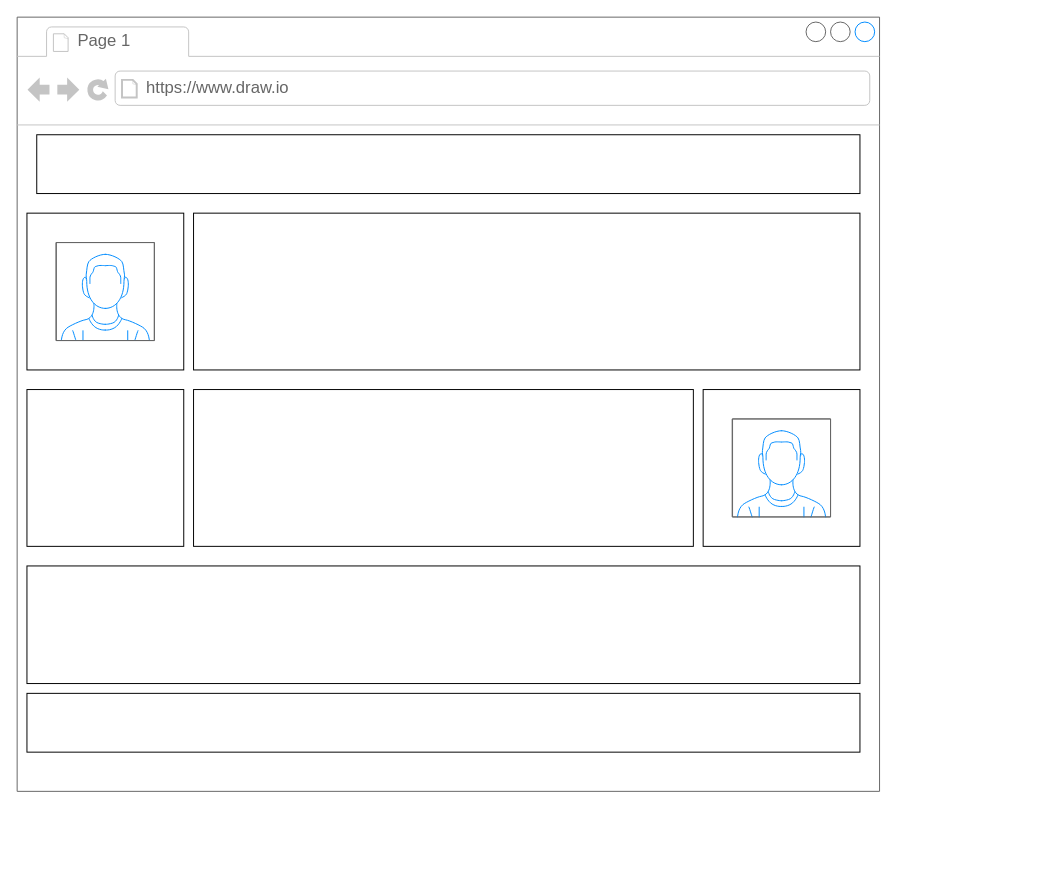
Before: wirefram.drawio in ASDAH-Digtal/18734-676-luu, a draw.io diagram. Source tidied: cells renumbered, new cells numbered last; positions are measured from the earlier drawing's top-left corner, leaving out a move shared by most shapes. Both pictures are drawn from the tidied source at 98%, with x=0, y=0 at pixel (17, 17).
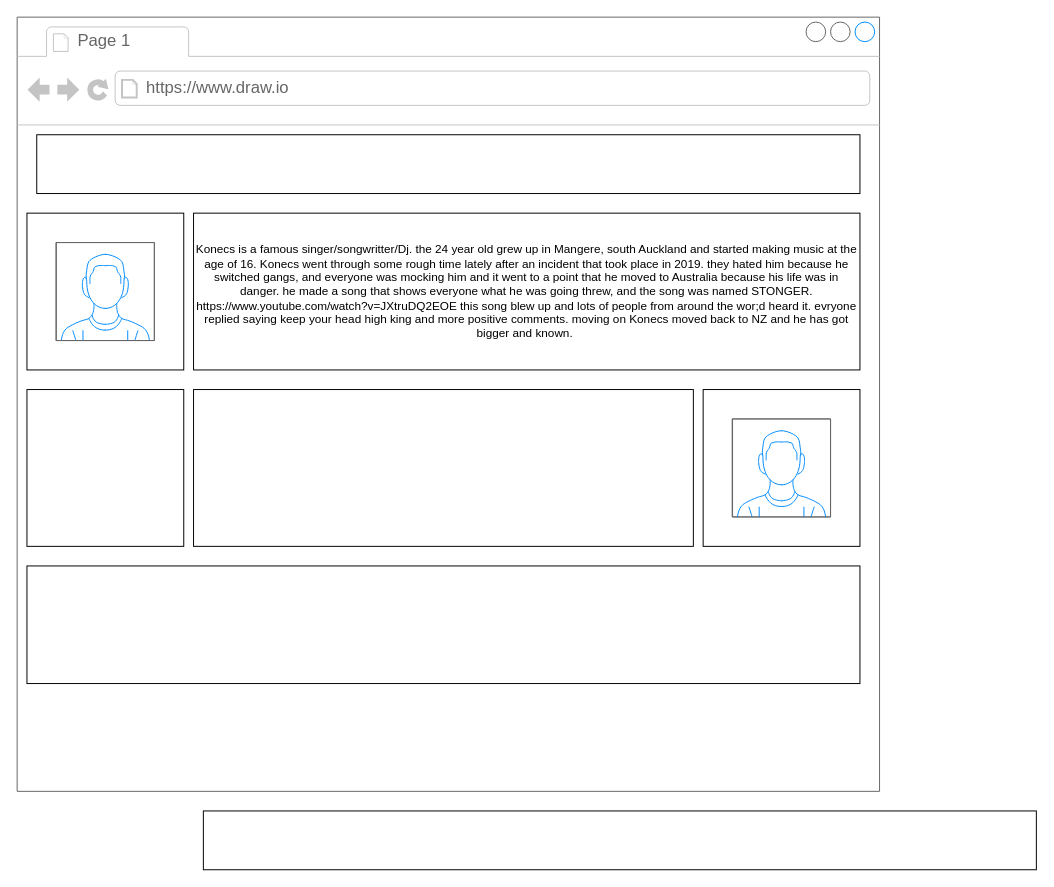
The same page after the edit.

Commit message:
Update wirefram.drawio yes sir

Change to the diagram source:
```diff
@@
 <mxGraphModel>
   <root>
     <mxCell id="0" />
     <mxCell id="1" parent="0" />
     <mxCell id="2" style="strokeWidth=1;shadow=0;dashed=0;align=center;html=1;shape=mxgraph.mockup.containers.browserWindow;rSize=0;strokeColor=#666666;strokeColor2=#008cff;strokeColor3=#c4c4c4;mainText=,;" parent="1" vertex="1">
       <mxGeometry width="880" height="790" as="geometry" />
     </mxCell>
     <mxCell id="3" value="Page 1" style="strokeWidth=1;shadow=0;dashed=0;align=center;html=1;shape=mxgraph.mockup.containers.anchor;fontSize=17;fontColor=#666666;align=left;" parent="2" vertex="1">
       <mxGeometry x="60" y="12" width="110" height="26" as="geometry" />
     </mxCell>
     <mxCell id="4" value="https://www.draw.io" style="strokeWidth=1;shadow=0;dashed=0;align=center;html=1;shape=mxgraph.mockup.containers.anchor;rSize=0;fontSize=17;fontColor=#666666;align=left;" parent="2" vertex="1">
       <mxGeometry x="130" y="60" width="250" height="26" as="geometry" />
     </mxCell>
     <mxCell id="5" style="rounded=0;whiteSpace=wrap;html=1;" parent="2" vertex="1">
       <mxGeometry x="20" y="120" width="840" height="60" as="geometry" />
     </mxCell>
     <mxCell id="6" style="whiteSpace=wrap;html=1;" parent="2" vertex="1">
       <mxGeometry x="10" y="200" width="160" height="160" as="geometry" />
     </mxCell>
     <mxCell id="7" style="verticalLabelPosition=bottom;shadow=0;dashed=0;align=center;html=1;verticalAlign=top;strokeWidth=1;shape=mxgraph.mockup.containers.userMale;strokeColor=#666666;strokeColor2=#008cff;" parent="2" vertex="1">
       <mxGeometry x="40" y="230" width="100" height="100" as="geometry" />
     </mxCell>
-    <mxCell id="8" style="rounded=0;whiteSpace=wrap;html=1;" parent="2" vertex="1">
+    <mxCell id="8" value="Konecs is a famous singer/songwritter/Dj. the 24 year old grew up in Mangere, south Auckland and started making music at the age of 16. Konecs went through some rough time lately after an incident that took place in 2019. they hated him because he switched gangs, and everyone was mocking him and it went to a point that he moved to Australia because his life was in danger. he made a song that shows everyone what he was going threw, and the song was named STONGER. https://www.youtube.com/watch?v=JXtruDQ2EOE this song blew up and lots of people from around the wor;d heard it. evryone replied saying keep your head high king and more positive comments. moving on Konecs moved back to NZ and he has got bigger and known.&amp;nbsp;" style="rounded=0;whiteSpace=wrap;html=1;" parent="2" vertex="1">
       <mxGeometry x="180" y="200" width="680" height="160" as="geometry" />
     </mxCell>
     <mxCell id="9" style="whiteSpace=wrap;html=1;" parent="2" vertex="1">
       <mxGeometry x="10" y="380" width="160" height="160" as="geometry" />
     </mxCell>
     <mxCell id="10" style="rounded=0;whiteSpace=wrap;html=1;" parent="2" vertex="1">
       <mxGeometry x="180" y="380" width="510" height="160" as="geometry" />
     </mxCell>
     <mxCell id="11" style="whiteSpace=wrap;html=1;" parent="2" vertex="1">
       <mxGeometry x="700" y="380" width="160" height="160" as="geometry" />
     </mxCell>
     <mxCell id="12" style="verticalLabelPosition=bottom;shadow=0;dashed=0;align=center;html=1;verticalAlign=top;strokeWidth=1;shape=mxgraph.mockup.containers.userMale;strokeColor=#666666;strokeColor2=#008cff;" parent="2" vertex="1">
       <mxGeometry x="730" y="410" width="100" height="100" as="geometry" />
     </mxCell>
     <mxCell id="13" style="rounded=0;whiteSpace=wrap;html=1;" parent="2" vertex="1">
       <mxGeometry x="10" y="560" width="850" height="120" as="geometry" />
     </mxCell>
-    <mxCell id="14" style="rounded=0;whiteSpace=wrap;html=1;" parent="2" vertex="1">
-      <mxGeometry x="10" y="690" width="850" height="60" as="geometry" />
+    <mxCell id="14" style="rounded=0;whiteSpace=wrap;html=1;" parent="1" vertex="1">
+      <mxGeometry x="190" y="810" width="850" height="60" as="geometry" />
     </mxCell>
   </root>
 </mxGraphModel>
```
